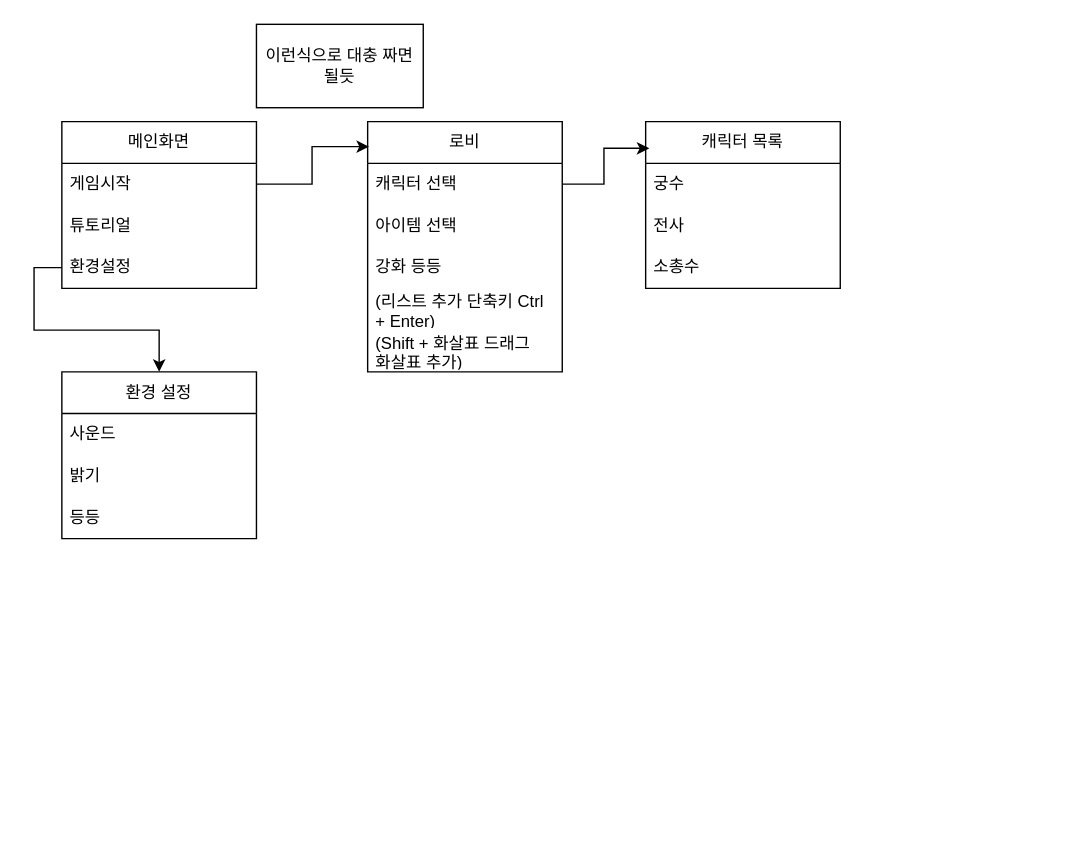
GDBking/draw keeps this draw.io diagram as AutoDungeon.drawio. Above is the earlier version. Source tidied: cells renumbered, new cells numbered last; positions are measured from the earlier drawing's top-left corner, leaving out a move shared by most shapes. Both pictures are drawn from the tidied source at 139%, with x=0, y=0 at pixel (61, 24).
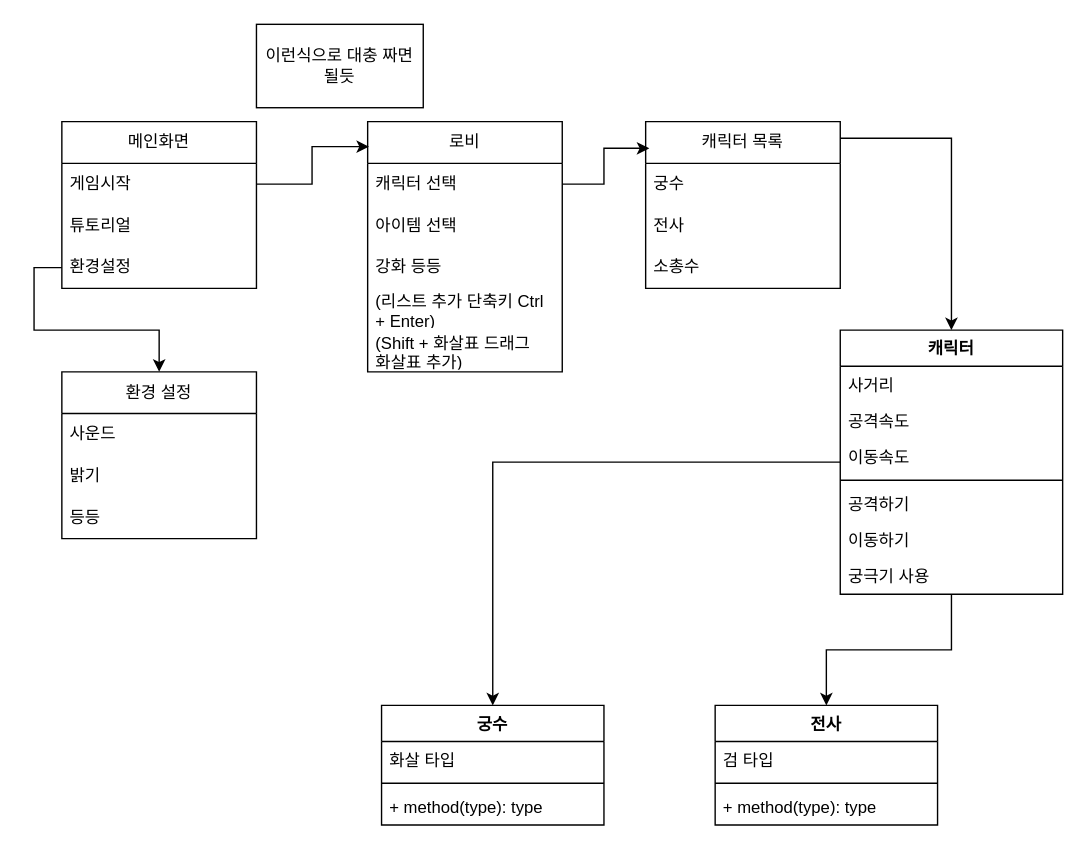
Above is the later version.

Commit message:
프로토타입

The change refers to these unchanged cells:
```xml
<mxCell id="13" value="캐릭터 목록" style="swimlane;fontStyle=0;horizontal=1;startSize=30;whiteSpace=wrap;html=1;" parent="1" vertex="1">
  <mxGeometry x="420" y="70" width="140" height="120" as="geometry" />
</mxCell>
```

Diff of the diagram source:
```diff
@@
+    <mxCell id="24" style="edgeStyle=orthogonalEdgeStyle;rounded=0;jettySize=auto;html=1;entryX=0.5;entryY=0;entryDx=0;entryDy=0;" parent="1" edge="1" source="26" target="35">
+      <mxGeometry relative="1" as="geometry" />
+    </mxCell>
+    <mxCell id="25" style="edgeStyle=orthogonalEdgeStyle;rounded=0;jettySize=auto;html=1;entryX=0.5;entryY=0;entryDx=0;entryDy=0;" parent="1" edge="1" source="26" target="39">
+      <mxGeometry relative="1" as="geometry" />
+    </mxCell>
+    <mxCell id="26" value="캐릭터" style="swimlane;fontStyle=1;align=center;verticalAlign=top;horizontal=1;startSize=26;whiteSpace=wrap;html=1;" parent="1" vertex="1">
+      <mxGeometry x="560" y="220" width="160" height="190" as="geometry" />
+    </mxCell>
+    <mxCell id="27" value="사거리" style="text;strokeColor=none;fillColor=none;align=left;verticalAlign=top;spacingLeft=4;spacingRight=4;overflow=hidden;whiteSpace=wrap;html=1;" parent="26" vertex="1">
+      <mxGeometry y="26" width="160" height="26" as="geometry" />
+    </mxCell>
+    <mxCell id="28" value="공격속도" style="text;strokeColor=none;fillColor=none;align=left;verticalAlign=top;spacingLeft=4;spacingRight=4;overflow=hidden;whiteSpace=wrap;html=1;" parent="26" vertex="1">
+      <mxGeometry y="52" width="160" height="26" as="geometry" />
+    </mxCell>
+    <mxCell id="29" value="이동속도" style="text;strokeColor=none;fillColor=none;align=left;verticalAlign=top;spacingLeft=4;spacingRight=4;overflow=hidden;whiteSpace=wrap;html=1;" parent="26" vertex="1">
+      <mxGeometry y="78" width="160" height="26" as="geometry" />
+    </mxCell>
+    <mxCell id="30" style="line;strokeWidth=1;fillColor=none;align=left;verticalAlign=middle;spacingTop=-1;spacingLeft=3;spacingRight=3;labelPosition=right;strokeColor=inherit;" parent="26" vertex="1">
+      <mxGeometry y="104" width="160" height="8" as="geometry" />
+    </mxCell>
+    <mxCell id="31" value="공격하기" style="text;strokeColor=none;fillColor=none;align=left;verticalAlign=top;spacingLeft=4;spacingRight=4;overflow=hidden;whiteSpace=wrap;html=1;" parent="26" vertex="1">
+      <mxGeometry y="112" width="160" height="26" as="geometry" />
+    </mxCell>
+    <mxCell id="32" value="이동하기" style="text;strokeColor=none;fillColor=none;align=left;verticalAlign=top;spacingLeft=4;spacingRight=4;overflow=hidden;whiteSpace=wrap;html=1;" parent="26" vertex="1">
+      <mxGeometry y="138" width="160" height="26" as="geometry" />
+    </mxCell>
+    <mxCell id="33" value="궁극기 사용" style="text;strokeColor=none;fillColor=none;align=left;verticalAlign=top;spacingLeft=4;spacingRight=4;overflow=hidden;whiteSpace=wrap;html=1;" parent="26" vertex="1">
+      <mxGeometry y="164" width="160" height="26" as="geometry" />
+    </mxCell>
+    <mxCell id="34" style="edgeStyle=orthogonalEdgeStyle;rounded=0;jettySize=auto;html=1;entryX=0.5;entryY=0;entryDx=0;entryDy=0;exitX=1;exitY=0.1;exitDx=0;exitDy=0;exitPerimeter=0;" parent="1" edge="1" source="13" target="26">
+      <mxGeometry relative="1" as="geometry" />
+    </mxCell>
+    <mxCell id="35" value="궁수" style="swimlane;fontStyle=1;align=center;verticalAlign=top;horizontal=1;startSize=26;whiteSpace=wrap;html=1;" parent="1" vertex="1">
+      <mxGeometry x="230" y="490" width="160" height="86" as="geometry" />
+    </mxCell>
+    <mxCell id="36" value="화살 타입" style="text;strokeColor=none;fillColor=none;align=left;verticalAlign=top;spacingLeft=4;spacingRight=4;overflow=hidden;whiteSpace=wrap;html=1;" parent="35" vertex="1">
+      <mxGeometry y="26" width="160" height="26" as="geometry" />
+    </mxCell>
+    <mxCell id="37" style="line;strokeWidth=1;fillColor=none;align=left;verticalAlign=middle;spacingTop=-1;spacingLeft=3;spacingRight=3;labelPosition=right;strokeColor=inherit;" parent="35" vertex="1">
+      <mxGeometry y="52" width="160" height="8" as="geometry" />
+    </mxCell>
+    <mxCell id="38" value="+ method(type): type" style="text;strokeColor=none;fillColor=none;align=left;verticalAlign=top;spacingLeft=4;spacingRight=4;overflow=hidden;whiteSpace=wrap;html=1;" parent="35" vertex="1">
+      <mxGeometry y="60" width="160" height="26" as="geometry" />
+    </mxCell>
+    <mxCell id="39" value="전사" style="swimlane;fontStyle=1;align=center;verticalAlign=top;horizontal=1;startSize=26;whiteSpace=wrap;html=1;" parent="1" vertex="1">
+      <mxGeometry x="470" y="490" width="160" height="86" as="geometry" />
+    </mxCell>
+    <mxCell id="40" value="검 타입" style="text;strokeColor=none;fillColor=none;align=left;verticalAlign=top;spacingLeft=4;spacingRight=4;overflow=hidden;whiteSpace=wrap;html=1;" parent="39" vertex="1">
+      <mxGeometry y="26" width="160" height="26" as="geometry" />
+    </mxCell>
+    <mxCell id="41" style="line;strokeWidth=1;fillColor=none;align=left;verticalAlign=middle;spacingTop=-1;spacingLeft=3;spacingRight=3;labelPosition=right;strokeColor=inherit;" parent="39" vertex="1">
+      <mxGeometry y="52" width="160" height="8" as="geometry" />
+    </mxCell>
+    <mxCell id="42" value="+ method(type): type" style="text;strokeColor=none;fillColor=none;align=left;verticalAlign=top;spacingLeft=4;spacingRight=4;overflow=hidden;whiteSpace=wrap;html=1;" parent="39" vertex="1">
+      <mxGeometry y="60" width="160" height="26" as="geometry" />
+    </mxCell>
```
